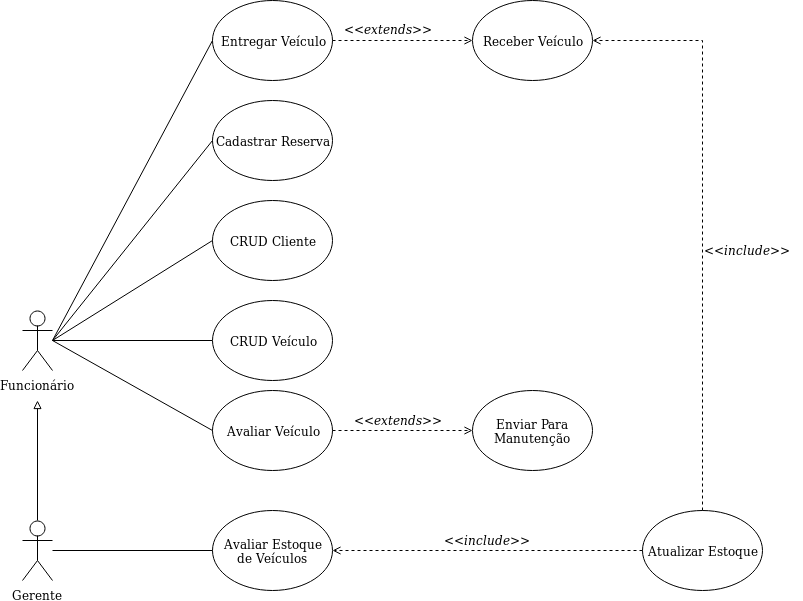
LeaoEduardo/VoceAluga keeps this draw.io diagram as Documentacao/Diagrama_CasodeUso_Sprint_3.png. Above is the earlier version. Source tidied: cells renumbered, new cells last; positions are measured from the earlier drawing's top-left corner, leaving out a move shared by most shapes.
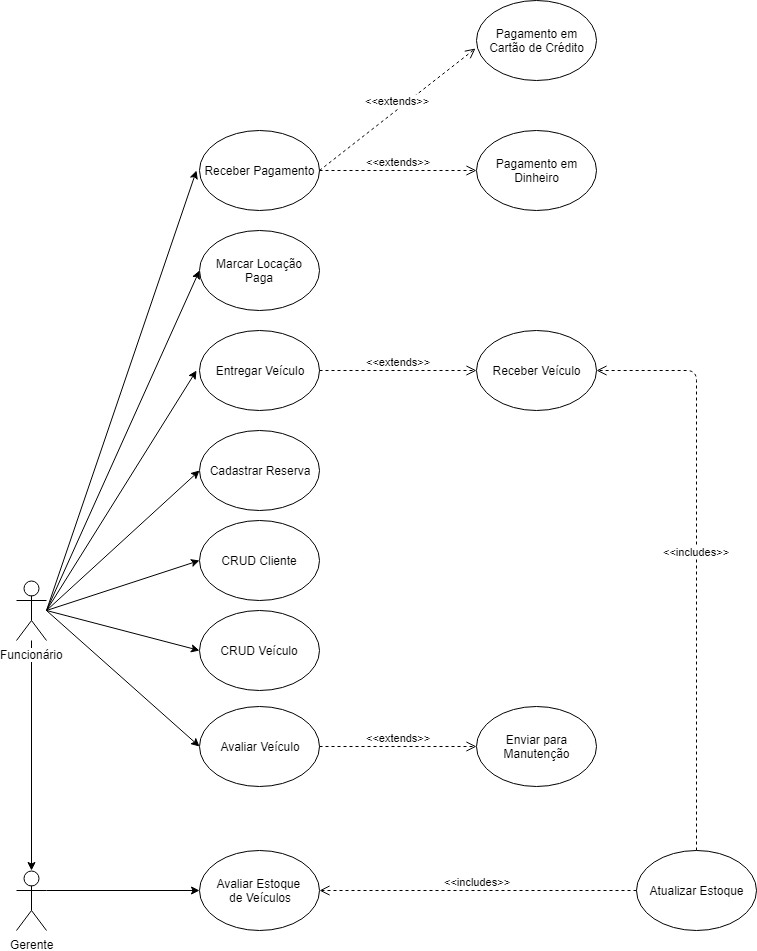
After the commit.

What changed in the source:
```diff
@@ -2,99 +2,118 @@
   <root>
     <mxCell id="0" />
     <mxCell id="1" parent="0" />
+    <mxCell id="28" style="edgeStyle=orthogonalEdgeStyle;rounded=0;jettySize=auto;html=1;" parent="1" edge="1" source="2" target="3">
+      <mxGeometry relative="1" as="geometry" />
+    </mxCell>
     <mxCell id="2" value="Funcionário" style="shape=umlActor;verticalLabelPosition=bottom;labelBackgroundColor=#ffffff;verticalAlign=top;html=1;outlineConnect=0;" parent="1" vertex="1">
-      <mxGeometry y="310" width="30" height="60" as="geometry" />
+      <mxGeometry x="40" y="660" width="30" height="60" as="geometry" />
     </mxCell>
-    <mxCell id="3" value="Gerente" style="shape=umlActor;verticalLabelPosition=bottom;labelBackgroundColor=#ffffff;verticalAlign=top;html=1;outlineConnect=0;" parent="1" vertex="1">
-      <mxGeometry y="520" width="30" height="60" as="geometry" />
+    <mxCell id="3" value="Gerente&lt;br&gt;" style="shape=umlActor;verticalLabelPosition=bottom;labelBackgroundColor=#ffffff;verticalAlign=top;html=1;outlineConnect=0;" parent="1" vertex="1">
+      <mxGeometry x="40" y="950" width="30" height="60" as="geometry" />
     </mxCell>
-    <mxCell id="4" style="endArrow=block;html=1;exitX=0.5;exitY=0;exitDx=0;exitDy=0;exitPerimeter=0;endFill=0;" parent="1" edge="1" source="3">
-      <mxGeometry relative="1" as="geometry">
-        <mxPoint x="15" y="400" as="targetPoint" />
-      </mxGeometry>
-    </mxCell>
-    <mxCell id="5" value="CRUD Cliente" style="ellipse;whiteSpace=wrap;html=1;" parent="1" vertex="1">
-      <mxGeometry x="190" y="200" width="120" height="80" as="geometry" />
-    </mxCell>
-    <mxCell id="6" style="endArrow=none;html=1;entryX=0;entryY=0.5;entryDx=0;entryDy=0;" parent="1" edge="1" target="5">
-      <mxGeometry relative="1" as="geometry">
-        <mxPoint x="30" y="340" as="sourcePoint" />
-      </mxGeometry>
-    </mxCell>
-    <mxCell id="7" style="endArrow=none;html=1;entryX=0;entryY=0.5;entryDx=0;entryDy=0;" parent="1" edge="1" target="8">
-      <mxGeometry relative="1" as="geometry">
-        <mxPoint x="30" y="340" as="sourcePoint" />
-      </mxGeometry>
-    </mxCell>
-    <mxCell id="8" value="CRUD Veículo" style="ellipse;whiteSpace=wrap;html=1;" parent="1" vertex="1">
-      <mxGeometry x="190" y="300" width="120" height="80" as="geometry" />
-    </mxCell>
     <mxCell id="9" value="Avaliar Veículo" style="ellipse;whiteSpace=wrap;html=1;" parent="1" vertex="1">
-      <mxGeometry x="190" y="390" width="120" height="80" as="geometry" />
+      <mxGeometry x="223" y="786" width="120" height="80" as="geometry" />
     </mxCell>
-    <mxCell id="10" value="Enviar Para Manutenção" style="ellipse;whiteSpace=wrap;html=1;" parent="1" vertex="1">
-      <mxGeometry x="450" y="390" width="120" height="80" as="geometry" />
-    </mxCell>
-    <mxCell id="11" value="&lt;i&gt;&amp;lt;&amp;lt;extends&amp;gt;&amp;gt;&lt;/i&gt;" style="text;html=1;align=left;verticalAlign=top;spacingTop=-4;" parent="1" vertex="1">
-      <mxGeometry x="330" y="410" width="100" height="20" as="geometry" />
-    </mxCell>
-    <mxCell id="12" style="edgeStyle=orthogonalEdgeStyle;rounded=0;jettySize=auto;html=1;exitX=1;exitY=0.5;exitDx=0;exitDy=0;endArrow=open;endFill=0;dashed=1;entryX=0;entryY=0.5;entryDx=0;entryDy=0;" parent="1" edge="1" target="10">
-      <mxGeometry relative="1" as="geometry">
-        <mxPoint x="310" y="430" as="sourcePoint" />
-      </mxGeometry>
-    </mxCell>
-    <mxCell id="13" style="endArrow=none;html=1;entryX=0;entryY=0.5;entryDx=0;entryDy=0;" parent="1" edge="1" target="9">
-      <mxGeometry relative="1" as="geometry">
-        <mxPoint x="30" y="340" as="sourcePoint" />
-      </mxGeometry>
-    </mxCell>
-    <mxCell id="14" value="&lt;div&gt;Avaliar Estoque&lt;/div&gt;&lt;div&gt;de Veículos&lt;br&gt;&lt;/div&gt;" style="ellipse;whiteSpace=wrap;html=1;" parent="1" vertex="1">
-      <mxGeometry x="190" y="510" width="120" height="80" as="geometry" />
+    <mxCell id="14" value="Avaliar Estoque&amp;nbsp;&lt;br&gt;de Veículos&lt;br&gt;" style="ellipse;whiteSpace=wrap;html=1;" parent="1" vertex="1">
+      <mxGeometry x="223" y="930" width="120" height="80" as="geometry" />
     </mxCell>
-    <mxCell id="15" value="Atualizar Estoque" style="ellipse;whiteSpace=wrap;html=1;" parent="1" vertex="1">
-      <mxGeometry x="620" y="510" width="120" height="80" as="geometry" />
+    <mxCell id="15" value="Atualizar Estoque&lt;br&gt;" style="ellipse;whiteSpace=wrap;html=1;" parent="1" vertex="1">
+      <mxGeometry x="660" y="930" width="120" height="80" as="geometry" />
     </mxCell>
-    <mxCell id="16" style="endArrow=none;html=1;entryX=0;entryY=0.5;entryDx=0;entryDy=0;" parent="1" edge="1" source="3" target="14">
+    <mxCell id="16" style="endArrow=classic;html=1;exitX=1;exitY=0.3333333333333333;exitDx=0;exitDy=0;exitPerimeter=0;entryX=0;entryY=0.5;entryDx=0;entryDy=0;" parent="1" edge="1" source="3" target="14">
       <mxGeometry relative="1" as="geometry" />
     </mxCell>
+    <mxCell id="29" value="&amp;lt;&amp;lt;includes&amp;gt;&amp;gt;&lt;br&gt;" style="html=1;verticalAlign=bottom;endArrow=open;dashed=1;endSize=8;exitX=0;exitY=0.5;exitDx=0;exitDy=0;" parent="1" edge="1">
+      <mxGeometry relative="1" as="geometry">
+        <mxPoint x="660" y="970" as="sourcePoint" />
+        <mxPoint x="343" y="970" as="targetPoint" />
+      </mxGeometry>
+    </mxCell>
+    <mxCell id="8" value="CRUD Veículo" style="ellipse;whiteSpace=wrap;html=1;" parent="1" vertex="1">
+      <mxGeometry x="223" y="690" width="120" height="80" as="geometry" />
+    </mxCell>
+    <mxCell id="5" value="CRUD Cliente" style="ellipse;whiteSpace=wrap;html=1;" parent="1" vertex="1">
+      <mxGeometry x="223" y="600" width="120" height="80" as="geometry" />
+    </mxCell>
+    <mxCell id="30" value="Enviar para&lt;br&gt;Manutenção&lt;br&gt;" style="ellipse;whiteSpace=wrap;html=1;" parent="1" vertex="1">
+      <mxGeometry x="500" y="786" width="120" height="80" as="geometry" />
+    </mxCell>
+    <mxCell id="31" value="&amp;lt;&amp;lt;extends&amp;gt;&amp;gt;" style="html=1;verticalAlign=bottom;endArrow=open;dashed=1;endSize=8;exitX=1;exitY=0.5;exitDx=0;exitDy=0;entryX=0;entryY=0.5;entryDx=0;entryDy=0;" parent="1" edge="1" source="9" target="30">
+      <mxGeometry relative="1" as="geometry" />
+    </mxCell>
+    <mxCell id="32" style="endArrow=classic;html=1;entryX=0;entryY=0.5;entryDx=0;entryDy=0;" parent="1" edge="1" target="9">
+      <mxGeometry relative="1" as="geometry">
+        <mxPoint x="70" y="690" as="sourcePoint" />
+      </mxGeometry>
+    </mxCell>
+    <mxCell id="33" style="endArrow=classic;html=1;entryX=0;entryY=0.5;entryDx=0;entryDy=0;" parent="1" edge="1" target="8">
+      <mxGeometry relative="1" as="geometry">
+        <mxPoint x="70" y="690" as="sourcePoint" />
+      </mxGeometry>
+    </mxCell>
+    <mxCell id="34" style="endArrow=classic;html=1;entryX=0;entryY=0.5;entryDx=0;entryDy=0;" parent="1" edge="1" target="5">
+      <mxGeometry relative="1" as="geometry">
+        <mxPoint x="70" y="690" as="sourcePoint" />
+      </mxGeometry>
+    </mxCell>
     <mxCell id="17" value="Cadastrar Reserva" style="ellipse;whiteSpace=wrap;html=1;" parent="1" vertex="1">
-      <mxGeometry x="190" y="100" width="120" height="80" as="geometry" />
+      <mxGeometry x="223" y="510" width="120" height="80" as="geometry" />
     </mxCell>
-    <mxCell id="18" style="endArrow=none;html=1;entryX=0;entryY=0.5;entryDx=0;entryDy=0;" parent="1" edge="1" target="17">
-      <mxGeometry relative="1" as="geometry">
-        <mxPoint x="30" y="340" as="sourcePoint" />
-      </mxGeometry>
-    </mxCell>
+    <mxCell id="21" value="Receber Veículo" style="ellipse;whiteSpace=wrap;html=1;" parent="1" vertex="1">
+      <mxGeometry x="500" y="410" width="120" height="80" as="geometry" />
+    </mxCell>
+    <mxCell id="35" style="endArrow=classic;html=1;entryX=0;entryY=0.5;entryDx=0;entryDy=0;" parent="1" edge="1" target="17">
+      <mxGeometry relative="1" as="geometry">
+        <mxPoint x="70" y="690" as="sourcePoint" />
+      </mxGeometry>
+    </mxCell>
+    <mxCell id="36" style="endArrow=classic;html=1;" parent="1" edge="1">
+      <mxGeometry relative="1" as="geometry">
+        <mxPoint x="70" y="690" as="sourcePoint" />
+        <mxPoint x="220" y="450" as="targetPoint" />
+      </mxGeometry>
+    </mxCell>
     <mxCell id="19" value="Entregar Veículo" style="ellipse;whiteSpace=wrap;html=1;" parent="1" vertex="1">
-      <mxGeometry x="190" width="120" height="80" as="geometry" />
+      <mxGeometry x="223" y="410" width="120" height="80" as="geometry" />
     </mxCell>
-    <mxCell id="20" style="endArrow=none;html=1;entryX=0;entryY=0.5;entryDx=0;entryDy=0;" parent="1" edge="1" target="19">
-      <mxGeometry relative="1" as="geometry">
-        <mxPoint x="30" y="340" as="sourcePoint" />
-      </mxGeometry>
-    </mxCell>
-    <mxCell id="21" value="Receber Veículo" style="ellipse;whiteSpace=wrap;html=1;" parent="1" vertex="1">
-      <mxGeometry x="450" width="120" height="80" as="geometry" />
-    </mxCell>
-    <mxCell id="22" value="&lt;i&gt;&amp;lt;&amp;lt;extends&amp;gt;&amp;gt;&lt;/i&gt;" style="text;html=1;align=left;verticalAlign=top;spacingTop=-4;" parent="1" vertex="1">
-      <mxGeometry x="320" y="19" width="100" height="20" as="geometry" />
-    </mxCell>
-    <mxCell id="23" style="edgeStyle=orthogonalEdgeStyle;rounded=0;jettySize=auto;html=1;endArrow=open;endFill=0;dashed=1;entryX=0;entryY=0.5;entryDx=0;entryDy=0;" parent="1" edge="1" target="21">
-      <mxGeometry relative="1" as="geometry">
-        <mxPoint x="310" y="40" as="sourcePoint" />
-      </mxGeometry>
-    </mxCell>
-    <mxCell id="24" value="&lt;i&gt;&amp;lt;&amp;lt;include&amp;gt;&amp;gt;&lt;/i&gt;" style="text;html=1;align=left;verticalAlign=top;spacingTop=-4;" parent="1" vertex="1">
-      <mxGeometry x="420" y="530" width="100" height="20" as="geometry" />
-    </mxCell>
-    <mxCell id="25" style="edgeStyle=orthogonalEdgeStyle;rounded=0;jettySize=auto;html=1;exitX=0;exitY=0.5;exitDx=0;exitDy=0;endArrow=open;endFill=0;dashed=1;entryX=1;entryY=0.5;entryDx=0;entryDy=0;" parent="1" edge="1" source="15" target="14">
-      <mxGeometry relative="1" as="geometry" />
-    </mxCell>
-    <mxCell id="26" style="edgeStyle=orthogonalEdgeStyle;rounded=0;jettySize=auto;html=1;exitX=0.5;exitY=0;exitDx=0;exitDy=0;endArrow=open;endFill=0;dashed=1;entryX=1;entryY=0.5;entryDx=0;entryDy=0;" parent="1" edge="1" source="15" target="21">
-      <mxGeometry relative="1" as="geometry" />
+    <mxCell id="26" value="&amp;lt;&amp;lt;includes&amp;gt;&amp;gt;&lt;br&gt;" style="html=1;verticalAlign=bottom;endArrow=open;dashed=1;endSize=8;exitX=0.5;exitY=0;exitDx=0;exitDy=0;entryX=1;entryY=0.5;entryDx=0;entryDy=0;" parent="1" edge="1" source="15" target="21">
+      <mxGeometry relative="1" as="geometry">
+        <Array as="points">
+          <mxPoint x="720" y="450" />
+        </Array>
+      </mxGeometry>
     </mxCell>
-    <mxCell id="27" value="&lt;i&gt;&amp;lt;&amp;lt;include&amp;gt;&amp;gt;&lt;/i&gt;" style="text;html=1;align=left;verticalAlign=top;spacingTop=-4;" parent="1" vertex="1">
-      <mxGeometry x="680" y="240" width="100" height="20" as="geometry" />
-    </mxCell>
+    <mxCell id="37" value="&amp;lt;&amp;lt;extends&amp;gt;&amp;gt;&lt;br&gt;" style="html=1;verticalAlign=bottom;endArrow=open;dashed=1;endSize=8;exitX=1;exitY=0.5;exitDx=0;exitDy=0;entryX=0;entryY=0.5;entryDx=0;entryDy=0;" parent="1" edge="1" source="19" target="21">
+      <mxGeometry relative="1" as="geometry" />
+    </mxCell>
+    <mxCell id="38" value="Marcar Locação Paga" style="ellipse;whiteSpace=wrap;html=1;" parent="1" vertex="1">
+      <mxGeometry x="223" y="310" width="120" height="80" as="geometry" />
+    </mxCell>
+    <mxCell id="39" style="endArrow=classic;html=1;entryX=0;entryY=0.5;entryDx=0;entryDy=0;" parent="1" edge="1" target="38">
+      <mxGeometry relative="1" as="geometry">
+        <mxPoint x="70" y="690" as="sourcePoint" />
+      </mxGeometry>
+    </mxCell>
+    <mxCell id="40" value="Receber Pagamento&lt;br&gt;" style="ellipse;whiteSpace=wrap;html=1;" parent="1" vertex="1">
+      <mxGeometry x="223" y="210" width="120" height="80" as="geometry" />
+    </mxCell>
+    <mxCell id="41" style="endArrow=classic;html=1;" parent="1" edge="1">
+      <mxGeometry relative="1" as="geometry">
+        <mxPoint x="70" y="690" as="sourcePoint" />
+        <mxPoint x="220" y="250" as="targetPoint" />
+      </mxGeometry>
+    </mxCell>
+    <mxCell id="42" value="Pagamento em&lt;br&gt;Dinheiro&lt;br&gt;" style="ellipse;whiteSpace=wrap;html=1;" parent="1" vertex="1">
+      <mxGeometry x="500" y="210" width="120" height="80" as="geometry" />
+    </mxCell>
+    <mxCell id="43" value="Pagamento em&lt;br&gt;Cartão de Crédito&lt;br&gt;" style="ellipse;whiteSpace=wrap;html=1;" parent="1" vertex="1">
+      <mxGeometry x="500" y="80" width="120" height="80" as="geometry" />
+    </mxCell>
+    <mxCell id="44" value="&amp;lt;&amp;lt;extends&amp;gt;&amp;gt;&lt;br&gt;" style="html=1;verticalAlign=bottom;endArrow=open;dashed=1;endSize=8;exitX=1;exitY=0.5;exitDx=0;exitDy=0;entryX=0;entryY=0.5;entryDx=0;entryDy=0;" parent="1" edge="1" source="40" target="42">
+      <mxGeometry relative="1" as="geometry" />
+    </mxCell>
+    <mxCell id="45" value="&amp;lt;&amp;lt;extends&amp;gt;&amp;gt;&lt;br&gt;" style="html=1;verticalAlign=bottom;endArrow=open;dashed=1;endSize=8;exitX=1;exitY=0.5;exitDx=0;exitDy=0;entryX=-0.01;entryY=0.605;entryDx=0;entryDy=0;entryPerimeter=0;" parent="1" edge="1" source="40" target="43">
+      <mxGeometry relative="1" as="geometry" />
+    </mxCell>
   </root>
 </mxGraphModel>
```
